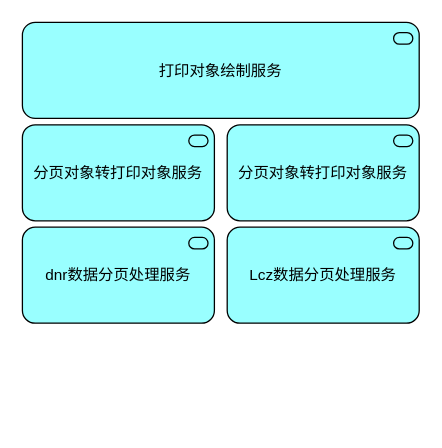
Above: 打印插件结构.drawio in wxj1102/draw.io (draw.io), before the change. Source tidied: cells renumbered, new cells numbered last; positions are measured from the earlier drawing's top-left corner, leaving out a move shared by most shapes. Both pictures are drawn from the tidied source at 128%, with x=0, y=0 at pixel (22, 22).
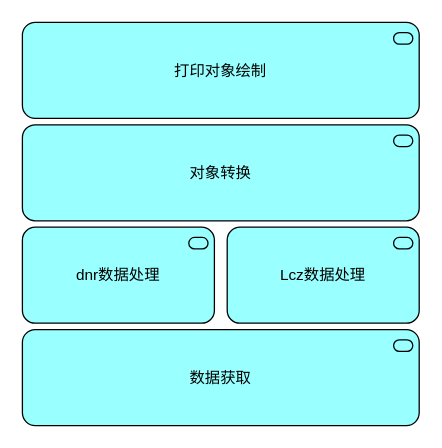
Above is the later version.

Commit message:
更新打印插件结构.drawio

What changed in the source:
```diff
@@
 <mxGraphModel>
   <root>
     <mxCell id="0" />
     <mxCell id="1" parent="0" />
-    <mxCell id="2" value="dnr数据分页处理服务" style="html=1;whiteSpace=wrap;fillColor=#99ffff;shape=mxgraph.archimate3.application;appType=serv;archiType=rounded;" parent="1" vertex="1">
+    <mxCell id="2" value="dnr数据处理" style="html=1;whiteSpace=wrap;fillColor=#99ffff;shape=mxgraph.archimate3.application;appType=serv;archiType=rounded;" parent="1" vertex="1">
       <mxGeometry y="160" width="150" height="75" as="geometry" />
     </mxCell>
-    <mxCell id="3" value="Lcz数据分页处理服务" style="html=1;whiteSpace=wrap;fillColor=#99ffff;shape=mxgraph.archimate3.application;appType=serv;archiType=rounded;" parent="1" vertex="1">
+    <mxCell id="3" value="Lcz数据处理" style="html=1;whiteSpace=wrap;fillColor=#99ffff;shape=mxgraph.archimate3.application;appType=serv;archiType=rounded;" parent="1" vertex="1">
       <mxGeometry x="160" y="160" width="150" height="75" as="geometry" />
     </mxCell>
-    <mxCell id="4" value="分页对象转打印对象服务" style="html=1;whiteSpace=wrap;fillColor=#99ffff;shape=mxgraph.archimate3.application;appType=serv;archiType=rounded;" parent="1" vertex="1">
-      <mxGeometry y="80" width="150" height="75" as="geometry" />
-    </mxCell>
-    <mxCell id="5" value="分页对象转打印对象服务" style="html=1;whiteSpace=wrap;fillColor=#99ffff;shape=mxgraph.archimate3.application;appType=serv;archiType=rounded;" parent="1" vertex="1">
-      <mxGeometry x="160" y="80" width="150" height="75" as="geometry" />
-    </mxCell>
-    <mxCell id="6" value="打印对象绘制服务" style="html=1;whiteSpace=wrap;fillColor=#99ffff;shape=mxgraph.archimate3.application;appType=serv;archiType=rounded;" parent="1" vertex="1">
+    <mxCell id="6" value="打印对象绘制" style="html=1;whiteSpace=wrap;fillColor=#99ffff;shape=mxgraph.archimate3.application;appType=serv;archiType=rounded;" parent="1" vertex="1">
       <mxGeometry width="310" height="75" as="geometry" />
     </mxCell>
+    <mxCell id="7" value="对象转换" style="html=1;whiteSpace=wrap;fillColor=#99ffff;shape=mxgraph.archimate3.application;appType=serv;archiType=rounded;" parent="1" vertex="1">
+      <mxGeometry y="80" width="310" height="75" as="geometry" />
+    </mxCell>
+    <mxCell id="8" value="数据获取" style="html=1;whiteSpace=wrap;fillColor=#99ffff;shape=mxgraph.archimate3.application;appType=serv;archiType=rounded;" parent="1" vertex="1">
+      <mxGeometry y="240" width="310" height="75" as="geometry" />
+    </mxCell>
   </root>
 </mxGraphModel>
```
